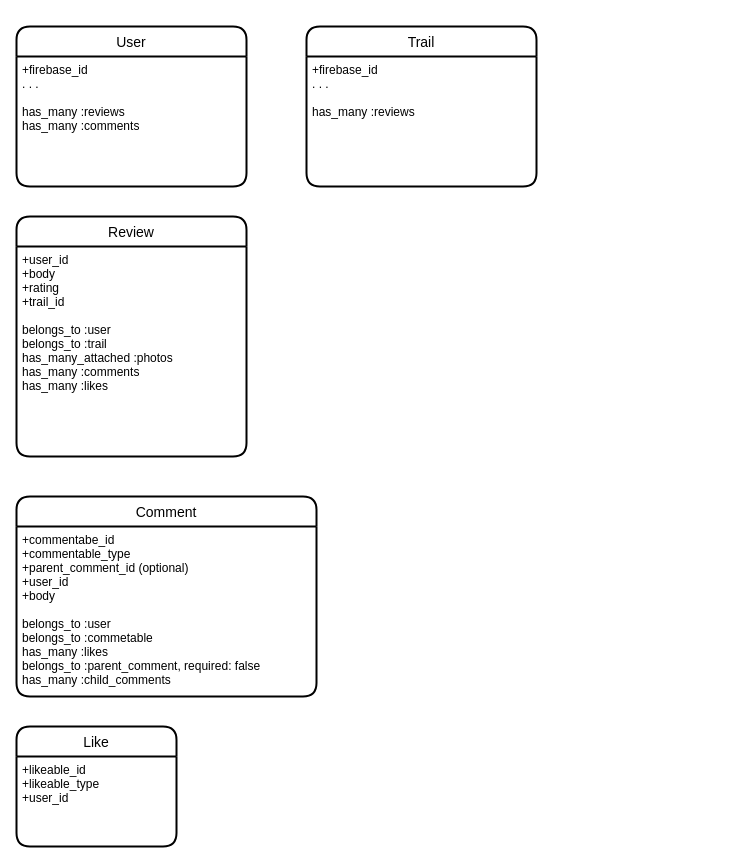
The draw.io diagram Untitled Diagram.drawio in rudedoc/fireplay, before the edit. Source tidied: cells renumbered, new cells numbered last; positions are measured from the earlier drawing's top-left corner, leaving out a move shared by most shapes. Both pictures are drawn from the tidied source at 100%, with x=0, y=0 at pixel (16, 26).
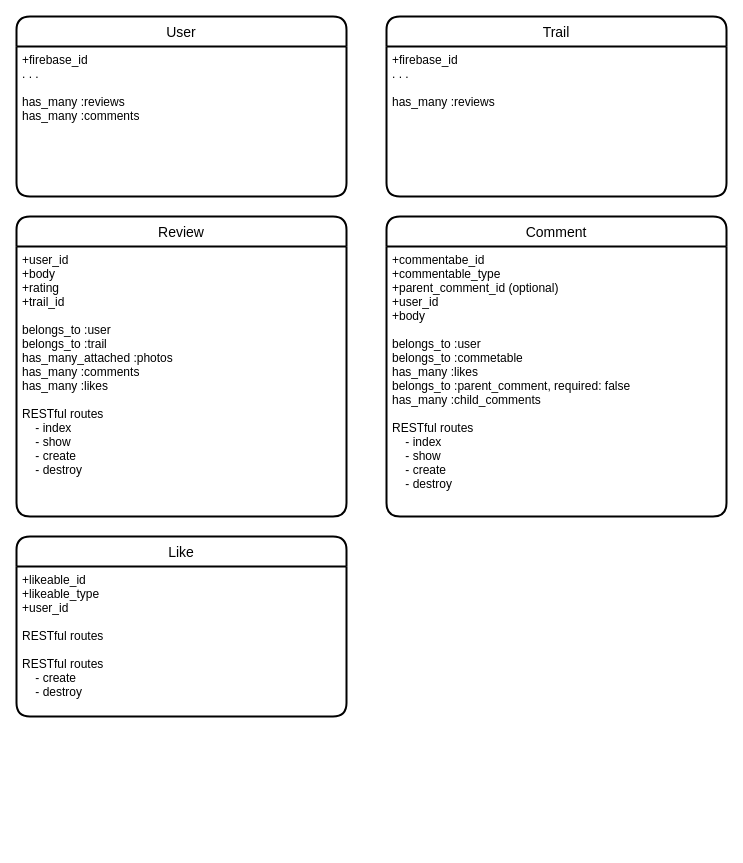
The same diagram, later.

What changed in the source:
```diff
@@
 <mxGraphModel>
   <root>
     <mxCell id="0" />
     <mxCell id="1" parent="0" />
     <mxCell id="2" value="Review" style="swimlane;horizontal=1;startSize=30;rounded=1;fontSize=14;fontStyle=0;strokeWidth=2;shadow=0;dashed=0;align=center;" parent="1" vertex="1">
-      <mxGeometry y="190" width="230" height="240" as="geometry" />
+      <mxGeometry y="190" width="330" height="300" as="geometry" />
     </mxCell>
-    <mxCell id="3" value="+user_id&#10;+body&#10;+rating&#10;+trail_id&#10;&#10;belongs_to :user&#10;belongs_to :trail&#10;has_many_attached :photos&#10;has_many :comments&#10;has_many :likes" style="align=left;strokeColor=none;fillColor=none;spacingLeft=4;fontSize=12;verticalAlign=top;" parent="2" vertex="1">
-      <mxGeometry y="30" width="230" height="210" as="geometry" />
+    <mxCell id="3" value="+user_id&#10;+body&#10;+rating&#10;+trail_id&#10;&#10;belongs_to :user&#10;belongs_to :trail&#10;has_many_attached :photos&#10;has_many :comments&#10;has_many :likes&#10;&#10;RESTful routes&#10;    - index&#10;    - show&#10;    - create&#10;    - destroy&#10;" style="align=left;strokeColor=none;fillColor=none;spacingLeft=4;fontSize=12;verticalAlign=top;" parent="2" vertex="1">
+      <mxGeometry y="30" width="330" height="270" as="geometry" />
     </mxCell>
     <mxCell id="4" value="User" style="swimlane;horizontal=1;startSize=30;rounded=1;fontSize=14;fontStyle=0;strokeWidth=2;shadow=0;dashed=0;align=center;" parent="1" vertex="1">
-      <mxGeometry width="230" height="160" as="geometry" />
+      <mxGeometry y="-10" width="330" height="180" as="geometry" />
     </mxCell>
     <mxCell id="5" value="+firebase_id&#10;. . .&#10;&#10;has_many :reviews&#10;has_many :comments" style="align=left;strokeColor=none;fillColor=none;spacingLeft=4;fontSize=12;verticalAlign=top;" parent="4" vertex="1">
-      <mxGeometry y="30" width="230" height="130" as="geometry" />
+      <mxGeometry y="30" width="330" height="150" as="geometry" />
     </mxCell>
     <mxCell id="6" value="Comment" style="swimlane;horizontal=1;startSize=30;rounded=1;fontSize=14;fontStyle=0;strokeWidth=2;shadow=0;dashed=0;align=center;" parent="1" vertex="1">
-      <mxGeometry y="470" width="300" height="200" as="geometry" />
+      <mxGeometry x="370" y="190" width="340" height="300" as="geometry" />
     </mxCell>
-    <mxCell id="7" value="+commentabe_id&#10;+commentable_type&#10;+parent_comment_id (optional)&#10;+user_id&#10;+body&#10;&#10;belongs_to :user&#10;belongs_to :commetable&#10;has_many :likes&#10;belongs_to :parent_comment, required: false&#10;has_many :child_comments" style="align=left;strokeColor=none;fillColor=none;spacingLeft=4;fontSize=12;verticalAlign=top;" parent="6" vertex="1">
-      <mxGeometry y="30" width="300" height="170" as="geometry" />
+    <mxCell id="7" value="+commentabe_id&#10;+commentable_type&#10;+parent_comment_id (optional)&#10;+user_id&#10;+body&#10;&#10;belongs_to :user&#10;belongs_to :commetable&#10;has_many :likes&#10;belongs_to :parent_comment, required: false&#10;has_many :child_comments&#10;&#10;RESTful routes&#10;    - index&#10;    - show&#10;    - create&#10;    - destroy&#10;    " style="align=left;strokeColor=none;fillColor=none;spacingLeft=4;fontSize=12;verticalAlign=top;" parent="6" vertex="1">
+      <mxGeometry y="30" width="340" height="270" as="geometry" />
     </mxCell>
     <mxCell id="8" value="Like" style="swimlane;horizontal=1;startSize=30;rounded=1;fontSize=14;fontStyle=0;strokeWidth=2;shadow=0;dashed=0;align=center;" parent="1" vertex="1">
-      <mxGeometry y="700" width="160" height="120" as="geometry" />
+      <mxGeometry y="510" width="330" height="180" as="geometry" />
     </mxCell>
-    <mxCell id="9" value="+likeable_id&#10;+likeable_type&#10;+user_id" style="align=left;strokeColor=none;fillColor=none;spacingLeft=4;fontSize=12;verticalAlign=top;" parent="8" vertex="1">
-      <mxGeometry y="30" width="160" height="90" as="geometry" />
+    <mxCell id="9" value="+likeable_id&#10;+likeable_type&#10;+user_id&#10;&#10;RESTful routes&#10;&#10;RESTful routes&#10;    - create&#10;    - destroy" style="align=left;strokeColor=none;fillColor=none;spacingLeft=4;fontSize=12;verticalAlign=top;" parent="8" vertex="1">
+      <mxGeometry y="30" width="330" height="150" as="geometry" />
     </mxCell>
     <mxCell id="10" value="Trail" style="swimlane;horizontal=1;startSize=30;rounded=1;fontSize=14;fontStyle=0;strokeWidth=2;shadow=0;dashed=0;align=center;" parent="1" vertex="1">
-      <mxGeometry x="290" width="230" height="160" as="geometry" />
+      <mxGeometry x="370" y="-10" width="340" height="180" as="geometry" />
     </mxCell>
     <mxCell id="11" value="+firebase_id&#10;. . .&#10;&#10;has_many :reviews" style="align=left;strokeColor=none;fillColor=none;spacingLeft=4;fontSize=12;verticalAlign=top;" parent="10" vertex="1">
-      <mxGeometry y="30" width="230" height="130" as="geometry" />
+      <mxGeometry y="30" width="340" height="150" as="geometry" />
     </mxCell>
   </root>
 </mxGraphModel>
```
